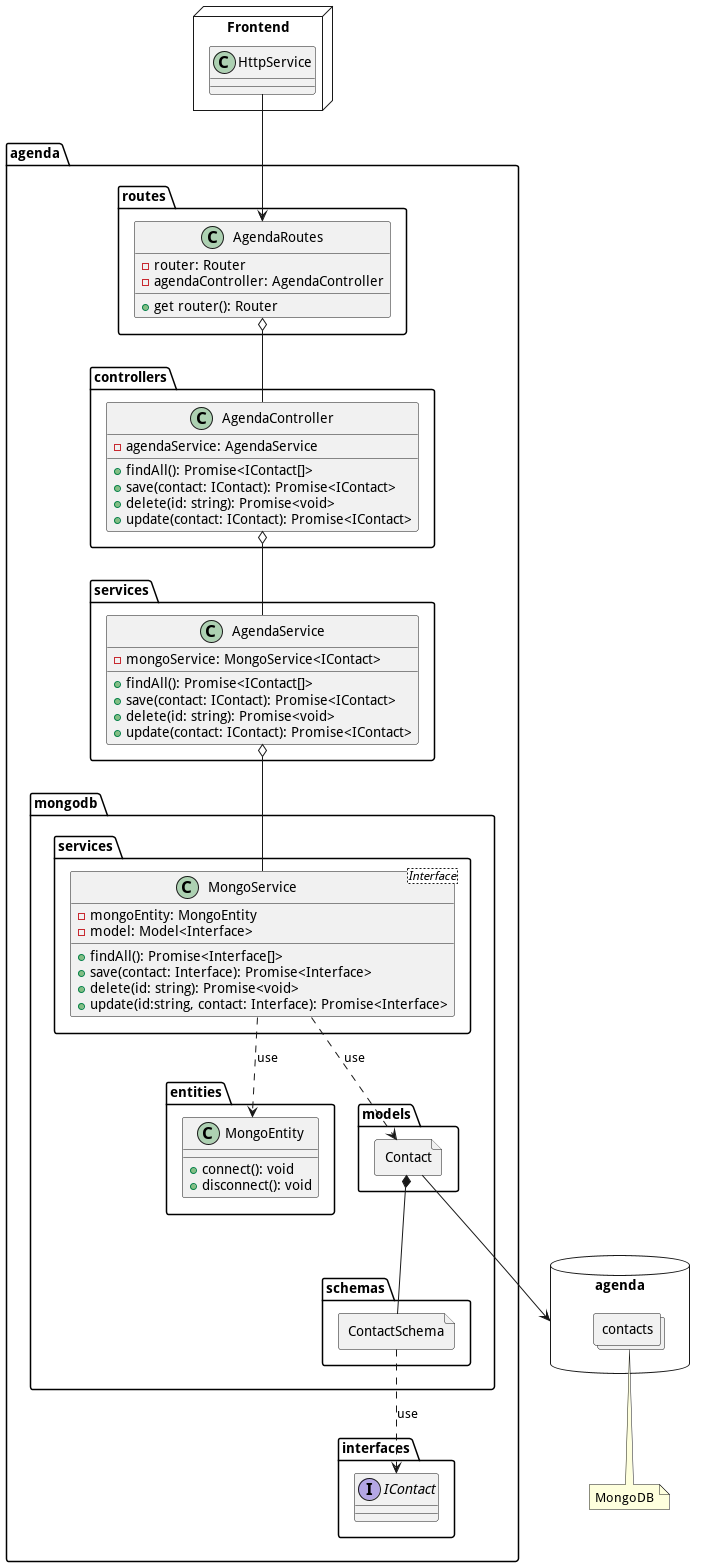
The PlantUML diagram docs/uml/Server.png in raulwwq0/Agenda-TypeScript, before a commit.
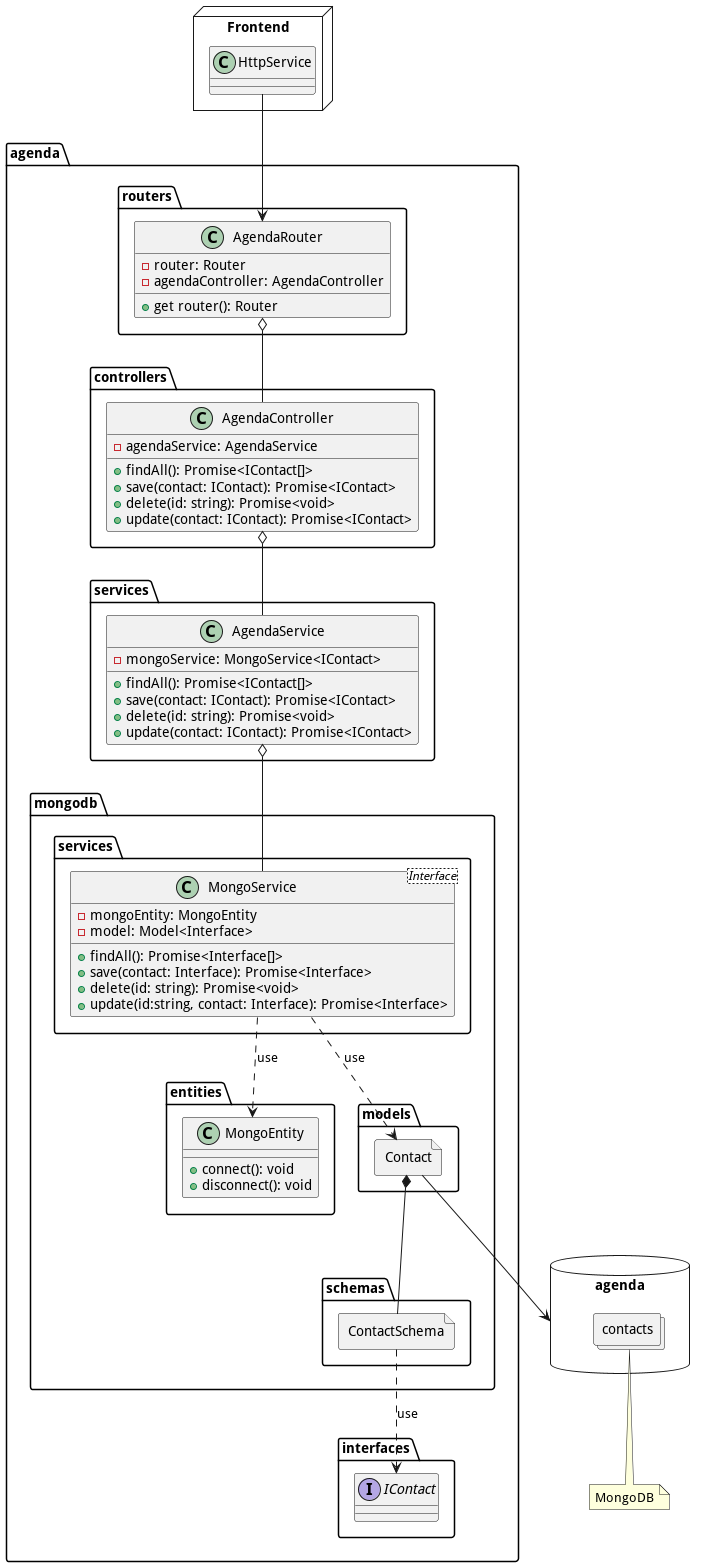
The same diagram one commit later.

Commit message:
docs: uml image processed

The edit, as a diff of the source:
```diff
@@ -16,8 +16,8 @@
         interface IContact
     }
 
-    package routes {
-        class AgendaRoutes {
+    package routers {
+        class AgendaRouter {
             - router: Router
             - agendaController: AgendaController
             + get router(): Router
@@ -63,7 +63,7 @@
     }
 
     AgendaController o-- AgendaService
-    AgendaRoutes o-- AgendaController
+    AgendaRouter o-- AgendaController
     AgendaService o-- MongoService
     MongoService -[dashed]-> MongoEntity: "use"
     MongoService -[dashed]-> Contact: "use"
@@ -81,6 +81,6 @@
 node Frontend {
     class HttpService{}
 
-    HttpService --> AgendaRoutes
+    HttpService --> AgendaRouter
 }
 @enduml
```
